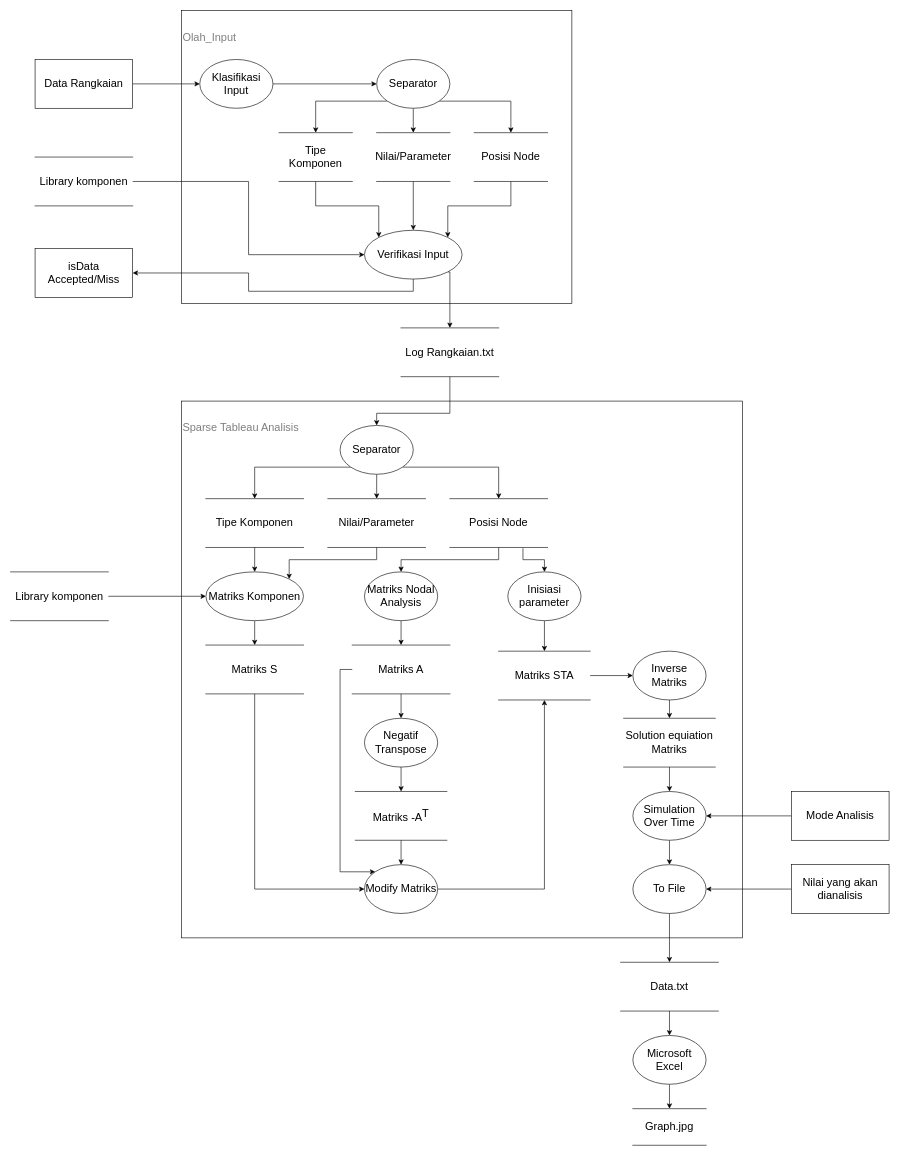
Earlier version of the draw.io diagram page "Level_1" (2 of 3) of Data Flow Diagram.drawio (Lucranix28/TugasBesarPMC-LTSpice). Source tidied: cells renumbered, new cells numbered last; positions are measured from the earlier drawing's top-left corner, leaving out a move shared by most shapes. Both pictures are drawn from the tidied source at 61%, with x=0, y=0 at pixel (10, 10).
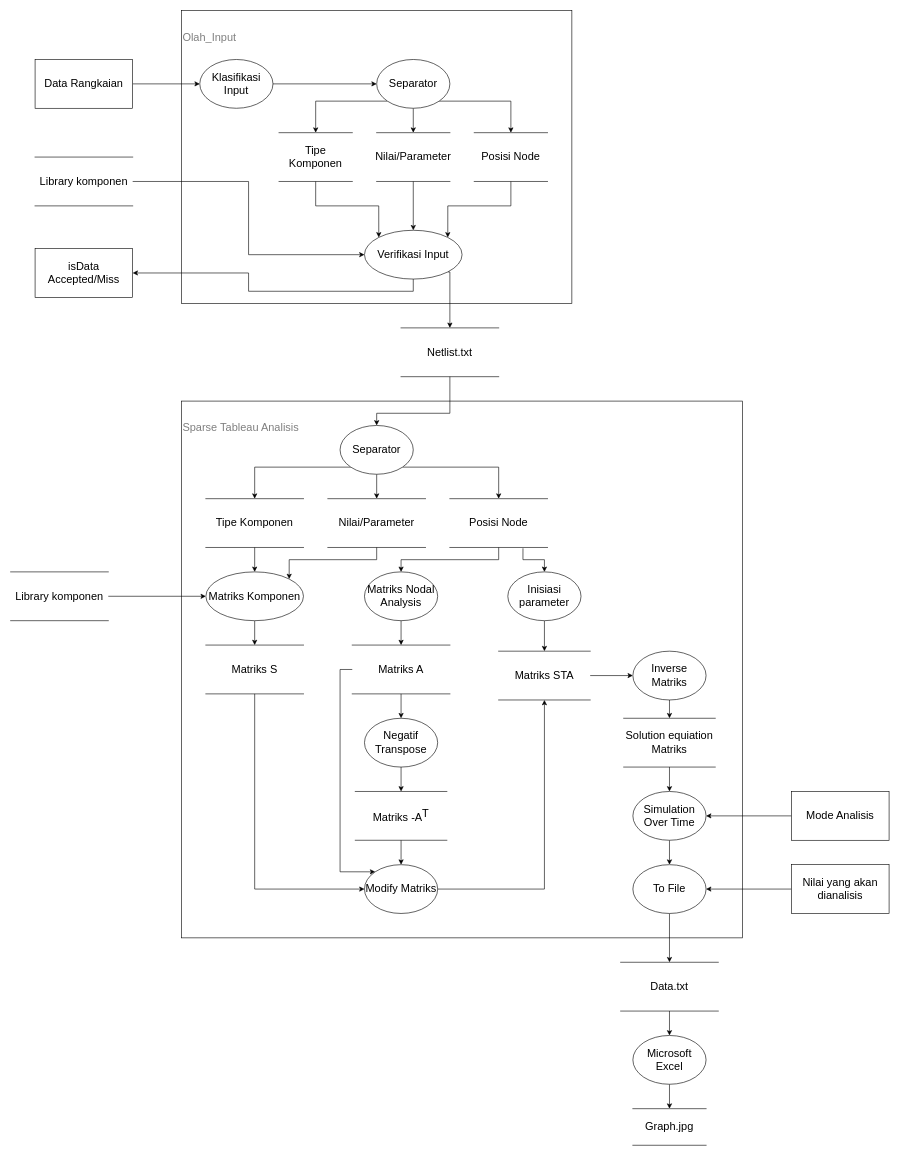
After the change.

What changed in the source:
```diff
@@
-    <mxCell id="7" value="Log Rangkaian.txt" style="shape=partialRectangle;whiteSpace=wrap;html=1;left=0;right=0;fillColor=none;fontSize=18;" parent="1" vertex="1">
+    <mxCell id="7" value="Netlist.txt" style="shape=partialRectangle;whiteSpace=wrap;html=1;left=0;right=0;fillColor=none;fontSize=18;" parent="1" vertex="1">
       <mxGeometry x="640" y="520" width="160" height="80" as="geometry" />
     </mxCell>
```
